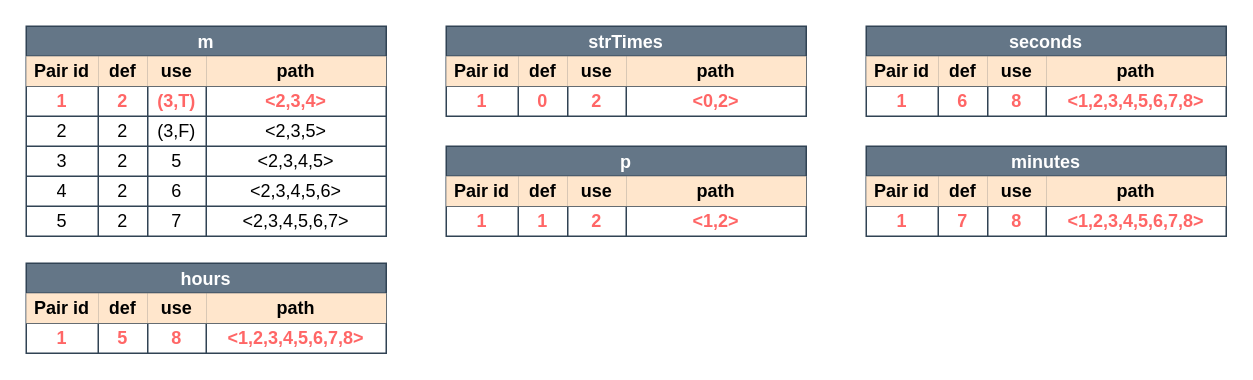
Jumaruba/jtimesched keeps this draw.io diagram as page "All-defs" (4 of 6) of docs/08_assignment/figures/parseSeconds.drawio. Above is the earlier version. Source tidied: cells renumbered, new cells numbered last; positions are measured from the earlier drawing's top-left corner, leaving out a move shared by most shapes. Both pictures are drawn from the tidied source at 150%, with x=0, y=0 at pixel (26, 26).
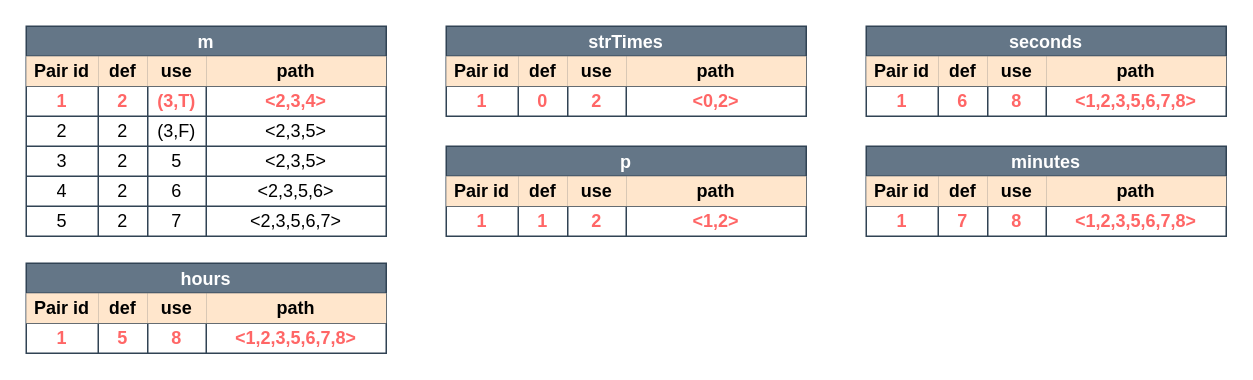
The same page after the edit.

The change refers to these unchanged cells:
```xml
<mxCell id="8" style="shape=partialRectangle;html=1;whiteSpace=wrap;fillColor=none;top=0;left=0;bottom=0;right=0;labelBackgroundColor=none;fontSize=12;" parent="2" vertex="1">
  <mxGeometry y="40" width="240" height="20" as="geometry" />
</mxCell>
<mxCell id="19" style="shape=partialRectangle;html=1;whiteSpace=wrap;fillColor=none;top=0;left=0;bottom=0;right=0;labelBackgroundColor=none;fontSize=12;" parent="13" vertex="1">
  <mxGeometry y="40" width="240" height="20" as="geometry" />
</mxCell>
<mxCell id="30" style="shape=partialRectangle;html=1;whiteSpace=wrap;fillColor=none;top=0;left=0;bottom=0;right=0;labelBackgroundColor=none;fontSize=12;" parent="24" vertex="1">
  <mxGeometry y="40" width="240" height="20" as="geometry" />
</mxCell>
<mxCell id="51" style="shape=partialRectangle;html=1;whiteSpace=wrap;fillColor=none;top=0;left=0;bottom=0;right=0;labelBackgroundColor=none;fontSize=12;" parent="35" vertex="1">
  <mxGeometry y="80" width="240" height="20" as="geometry" />
</mxCell>
<mxCell id="56" style="shape=partialRectangle;html=1;whiteSpace=wrap;fillColor=none;top=0;left=0;bottom=0;right=0;labelBackgroundColor=none;fontSize=12;" parent="35" vertex="1">
  <mxGeometry y="100" width="240" height="20" as="geometry" />
</mxCell>
<mxCell id="61" style="shape=partialRectangle;html=1;whiteSpace=wrap;fillColor=none;top=0;left=0;bottom=0;right=0;labelBackgroundColor=none;fontSize=12;" parent="35" vertex="1">
  <mxGeometry y="120" width="240" height="20" as="geometry" />
</mxCell>
```

Diff of the diagram source:
```diff
@@
-    <mxCell id="12" value="&amp;lt;1,2,3,4,5,6,7,8&amp;gt;" style="shape=partialRectangle;html=1;whiteSpace=wrap;fillColor=none;top=0;left=0;bottom=0;right=0;overflow=hidden;labelBackgroundColor=none;fontSize=12;fontStyle=1;fontColor=#FF6666;" parent="8" vertex="1">
+    <mxCell id="12" value="&amp;lt;1,2,3,5,6,7,8&amp;gt;" style="shape=partialRectangle;html=1;whiteSpace=wrap;fillColor=none;top=0;left=0;bottom=0;right=0;overflow=hidden;labelBackgroundColor=none;fontSize=12;fontStyle=1;fontColor=#FF6666;" parent="8" vertex="1">
       <mxGeometry x="120" width="120" height="20" as="geometry" />
     </mxCell>
@@
-    <mxCell id="23" value="&amp;lt;1,2,3,4,5,6,7,8&amp;gt;" style="shape=partialRectangle;html=1;whiteSpace=wrap;fillColor=none;top=0;left=0;bottom=0;right=0;overflow=hidden;labelBackgroundColor=none;fontSize=12;fontColor=#FF6666;fontStyle=1;" parent="19" vertex="1">
+    <mxCell id="23" value="&amp;lt;1,2,3,5,6,7,8&amp;gt;" style="shape=partialRectangle;html=1;whiteSpace=wrap;fillColor=none;top=0;left=0;bottom=0;right=0;overflow=hidden;labelBackgroundColor=none;fontSize=12;fontColor=#FF6666;fontStyle=1;" parent="19" vertex="1">
       <mxGeometry x="120" width="120" height="20" as="geometry" />
     </mxCell>
@@
-    <mxCell id="34" value="&amp;lt;1,2,3,4,5,6,7,8&amp;gt;" style="shape=partialRectangle;html=1;whiteSpace=wrap;fillColor=none;top=0;left=0;bottom=0;right=0;overflow=hidden;labelBackgroundColor=none;fontSize=12;fontColor=#FF6666;fontStyle=1;" parent="30" vertex="1">
+    <mxCell id="34" value="&amp;lt;1,2,3,5,6,7,8&amp;gt;" style="shape=partialRectangle;html=1;whiteSpace=wrap;fillColor=none;top=0;left=0;bottom=0;right=0;overflow=hidden;labelBackgroundColor=none;fontSize=12;fontColor=#FF6666;fontStyle=1;" parent="30" vertex="1">
       <mxGeometry x="120" width="120" height="20" as="geometry" />
     </mxCell>
@@
-    <mxCell id="55" value="&amp;lt;2,3,4,5&amp;gt;" style="shape=partialRectangle;html=1;whiteSpace=wrap;fillColor=none;top=0;left=0;bottom=0;right=0;overflow=hidden;labelBackgroundColor=none;fontSize=12;" parent="51" vertex="1">
+    <mxCell id="55" value="&amp;lt;2,3,5&amp;gt;" style="shape=partialRectangle;html=1;whiteSpace=wrap;fillColor=none;top=0;left=0;bottom=0;right=0;overflow=hidden;labelBackgroundColor=none;fontSize=12;" parent="51" vertex="1">
       <mxGeometry x="120" width="120" height="20" as="geometry" />
     </mxCell>
@@
-    <mxCell id="60" value="&amp;lt;2,3,4,5,6&amp;gt;" style="shape=partialRectangle;html=1;whiteSpace=wrap;fillColor=none;top=0;left=0;bottom=0;right=0;overflow=hidden;labelBackgroundColor=none;fontSize=12;" parent="56" vertex="1">
+    <mxCell id="60" value="&amp;lt;2,3,5,6&amp;gt;" style="shape=partialRectangle;html=1;whiteSpace=wrap;fillColor=none;top=0;left=0;bottom=0;right=0;overflow=hidden;labelBackgroundColor=none;fontSize=12;" parent="56" vertex="1">
       <mxGeometry x="120" width="120" height="20" as="geometry" />
     </mxCell>
@@
-    <mxCell id="65" value="&amp;lt;2,3,4,5,6,7&amp;gt;" style="shape=partialRectangle;html=1;whiteSpace=wrap;fillColor=none;top=0;left=0;bottom=0;right=0;overflow=hidden;labelBackgroundColor=none;fontSize=12;" parent="61" vertex="1">
+    <mxCell id="65" value="&amp;lt;2,3,5,6,7&amp;gt;" style="shape=partialRectangle;html=1;whiteSpace=wrap;fillColor=none;top=0;left=0;bottom=0;right=0;overflow=hidden;labelBackgroundColor=none;fontSize=12;" parent="61" vertex="1">
       <mxGeometry x="120" width="120" height="20" as="geometry" />
     </mxCell>
```
